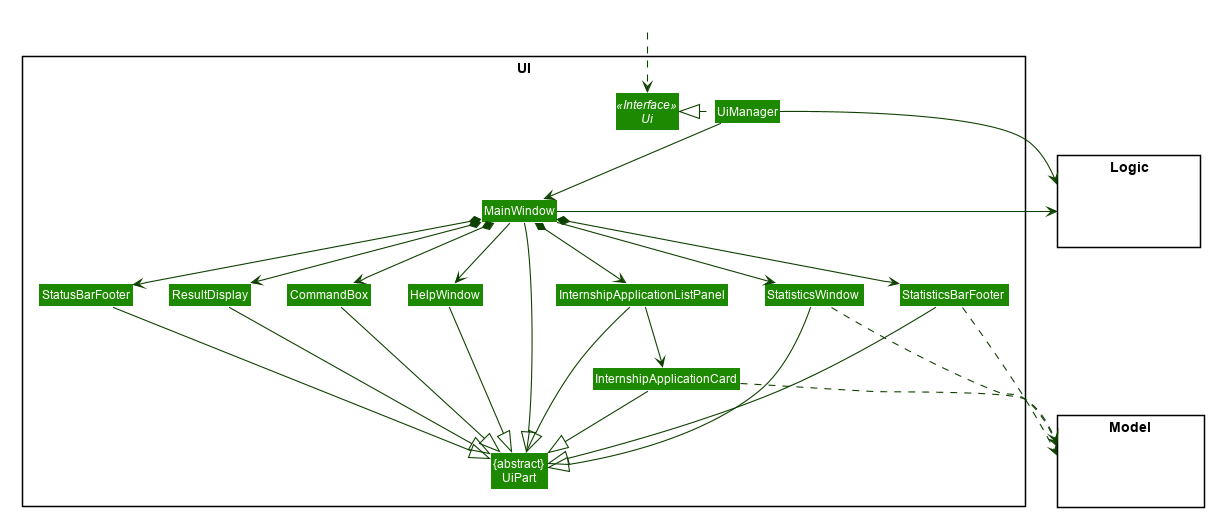
Above: images/UiClassDiagram.png in AY1920S2-CS2103T-F10-2/main (PlantUML), before the change. Source of this version:
```plantuml
@startuml








skinparam BackgroundColor #FFFFFFF

skinparam Shadowing false

skinparam Class {
    FontColor #FFFFFF
    BorderThickness 1
    BorderColor #FFFFFF
    StereotypeFontColor #FFFFFF
    FontName Arial
}

skinparam Actor {
    BorderColor #000000
    Color #000000
    FontName Arial
}

skinparam Sequence {
    MessageAlign center
    BoxFontSize 15
    BoxPadding 0
    BoxFontColor #FFFFFF
    FontName Arial
}

skinparam Participant {
    FontColor #FFFFFFF
    Padding 20
}

skinparam MinClassWidth 50
skinparam ParticipantPadding 10
skinparam Shadowing false
skinparam DefaultTextAlignment center
skinparam packageStyle Rectangle

hide footbox
hide members
hide circle
skinparam arrowThickness 1.1
skinparam arrowColor #0E4100
skinparam classBackgroundColor #1D8900

package UI <<Rectangle>>{
Interface Ui <<Interface>>
Class "{abstract}\nUiPart" as UiPart
Class UiManager
Class MainWindow
Class HelpWindow
Class StatisticsWindow
Class StatisticsBarFooter
Class ResultDisplay
Class InternshipApplicationListPanel
Class InternshipApplicationCard
Class StatusBarFooter
Class CommandBox
}

package Model <<Rectangle>> {
Class HiddenModel #FFFFFF
}

package Logic <<Rectangle>> {
Class HiddenLogic #FFFFFF
}

Class HiddenOutside #FFFFFF
HiddenOutside ..> Ui

UiManager .left.|> Ui
UiManager -down-> MainWindow
MainWindow -down-> StatisticsWindow
MainWindow *-down-> StatisticsBarFooter
MainWindow -down-> HelpWindow
MainWindow *-down-> CommandBox
MainWindow *-down-> ResultDisplay
MainWindow *-down-> InternshipApplicationListPanel
MainWindow *-down-> StatusBarFooter

InternshipApplicationListPanel -down-> InternshipApplicationCard

MainWindow -left-|> UiPart

ResultDisplay --|> UiPart
CommandBox --|> UiPart
InternshipApplicationListPanel --|> UiPart
InternshipApplicationCard --|> UiPart
StatusBarFooter --|> UiPart
StatisticsWindow --|> UiPart
StatisticsBarFooter--|> UiPart
HelpWindow --|> UiPart

StatisticsBarFooter ..> Model
StatisticsWindow ..> Model
InternshipApplicationCard ..> Model
UiManager -right-> Logic
MainWindow -left-> Logic

StatisticsBarFooter -[hidden]left- StatisticsWindow
StatisticsWindow -[hidden]left- InternshipApplicationListPanel
InternshipApplicationListPanel -[hidden]left- HelpWindow
HelpWindow -[hidden]left- CommandBox
CommandBox -[hidden]left- ResultDisplay
ResultDisplay -[hidden]left- StatusBarFooter

MainWindow -[hidden]-|> UiPart
@enduml
```
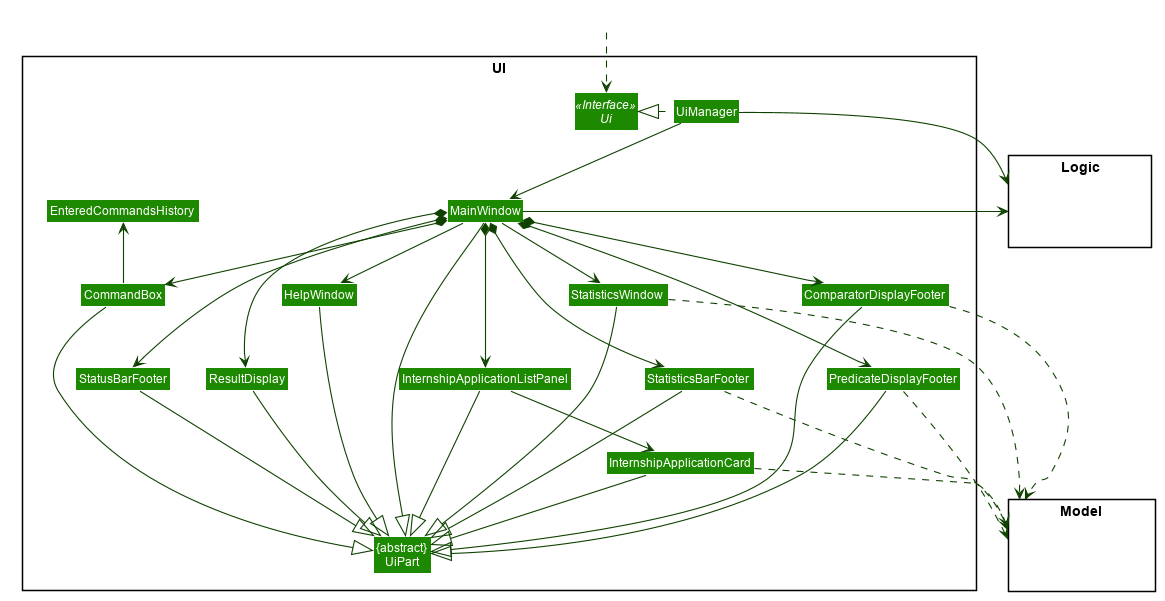
The same file after the commit.

Change to the diagram source:
```diff
@@ -59,11 +59,14 @@
 Class HelpWindow
 Class StatisticsWindow
 Class StatisticsBarFooter
+Class ComparatorDisplayFooter
+Class PredicateDisplayFooter
 Class ResultDisplay
 Class InternshipApplicationListPanel
 Class InternshipApplicationCard
 Class StatusBarFooter
 Class CommandBox
+Class EnteredCommandsHistory
 }
 
 package Model <<Rectangle>> {
@@ -80,16 +83,20 @@
 UiManager .left.|> Ui
 UiManager -down-> MainWindow
 MainWindow -down-> StatisticsWindow
+MainWindow *-down-> ComparatorDisplayFooter
 MainWindow *-down-> StatisticsBarFooter
 MainWindow -down-> HelpWindow
 MainWindow *-down-> CommandBox
 MainWindow *-down-> ResultDisplay
 MainWindow *-down-> InternshipApplicationListPanel
 MainWindow *-down-> StatusBarFooter
+MainWindow *-down-> PredicateDisplayFooter
 
 InternshipApplicationListPanel -down-> InternshipApplicationCard
 
 MainWindow -left-|> UiPart
+
+CommandBox -up-> EnteredCommandsHistory
 
 ResultDisplay --|> UiPart
 CommandBox --|> UiPart
@@ -98,20 +105,30 @@
 StatusBarFooter --|> UiPart
 StatisticsWindow --|> UiPart
 StatisticsBarFooter--|> UiPart
+ComparatorDisplayFooter --|> UiPart
+PredicateDisplayFooter --|> UiPart
 HelpWindow --|> UiPart
 
 StatisticsBarFooter ..> Model
 StatisticsWindow ..> Model
+PredicateDisplayFooter ..> Model
+ComparatorDisplayFooter ..> Model
 InternshipApplicationCard ..> Model
 UiManager -right-> Logic
 MainWindow -left-> Logic
 
-StatisticsBarFooter -[hidden]left- StatisticsWindow
-StatisticsWindow -[hidden]left- InternshipApplicationListPanel
-InternshipApplicationListPanel -[hidden]left- HelpWindow
-HelpWindow -[hidden]left- CommandBox
-CommandBox -[hidden]left- ResultDisplay
+
+PredicateDisplayFooter -[hidden]up- ComparatorDisplayFooter
+PredicateDisplayFooter -[hidden]left- StatisticsBarFooter
+
+StatisticsBarFooter -[hidden]up- StatisticsWindow
+StatisticsBarFooter -[hidden]left- InternshipApplicationListPanel
+InternshipApplicationListPanel -[hidden]left- ResultDisplay
+
+ResultDisplay -[hidden]up- HelpWindow
 ResultDisplay -[hidden]left- StatusBarFooter
+
+StatusBarFooter -[hidden]up- CommandBox
 
 MainWindow -[hidden]-|> UiPart
 @enduml
```
